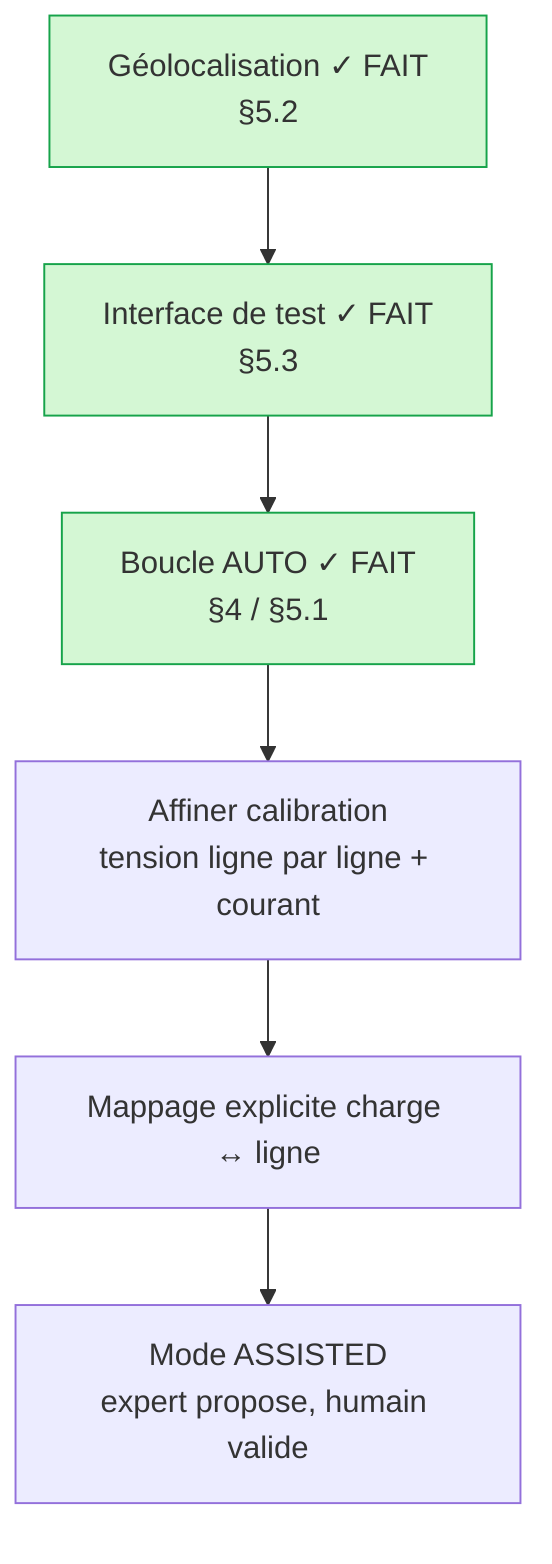
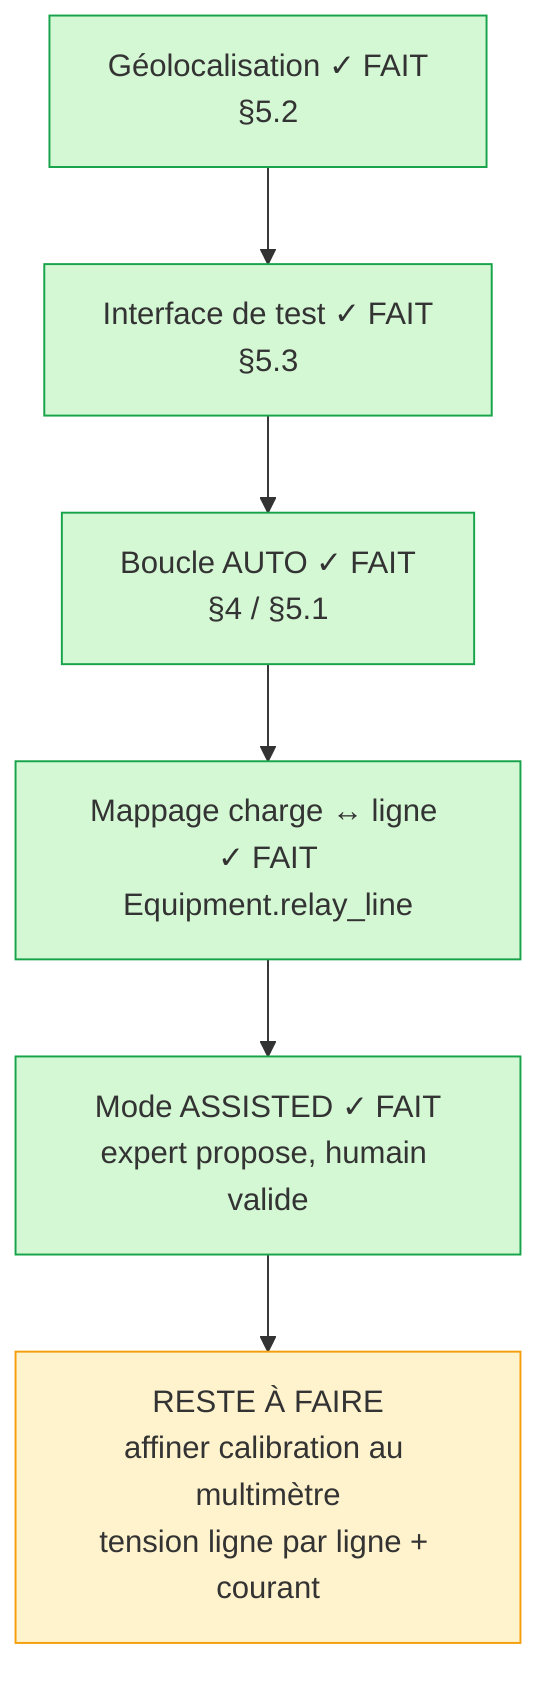
flowchart TD
    G[Géolocalisation ✓ FAIT<br/>§5.2] --> T[Interface de test ✓ FAIT<br/>§5.3]
    T --> B[Boucle AUTO ✓ FAIT<br/>§4 / §5.1]
-     B --> C1[Affiner calibration<br/>tension ligne par ligne + courant]
-     C1 --> C4[Mappage explicite charge ↔ ligne]
-     C4 --> C5[Mode ASSISTED<br/>expert propose, humain valide]
+     B --> M[Mappage charge ↔ ligne ✓ FAIT<br/>Equipment.relay_line]
+     M --> A[Mode ASSISTED ✓ FAIT<br/>expert propose, humain valide]
+     A --> C1[RESTE À FAIRE<br/>affiner calibration au multimètre<br/>tension ligne par ligne + courant]
    style G fill:#d4f7d4,stroke:#16A34A
    style T fill:#d4f7d4,stroke:#16A34A
-     style B fill:#d4f7d4,stroke:#16A34A+     style B fill:#d4f7d4,stroke:#16A34A
+     style M fill:#d4f7d4,stroke:#16A34A
+     style A fill:#d4f7d4,stroke:#16A34A
+     style C1 fill:#fff3cd,stroke:#F59E0B